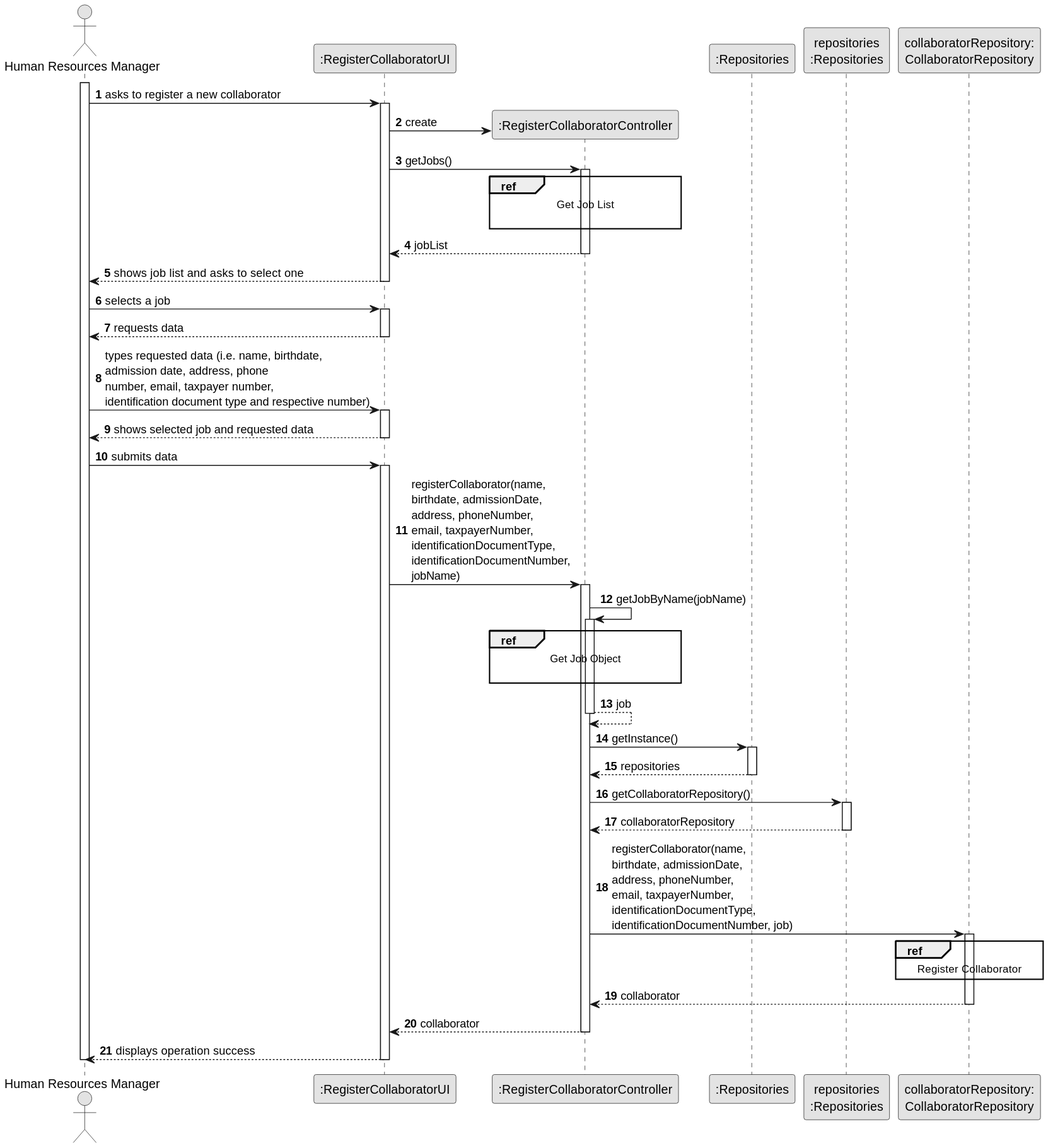
Earlier version of the PlantUML export docs/sprintB/us003/03.design/svg/us003-sequence-diagram-split.svg (Departamento-de-Engenharia-Informatica/lei-24-s2-1dm-g132).
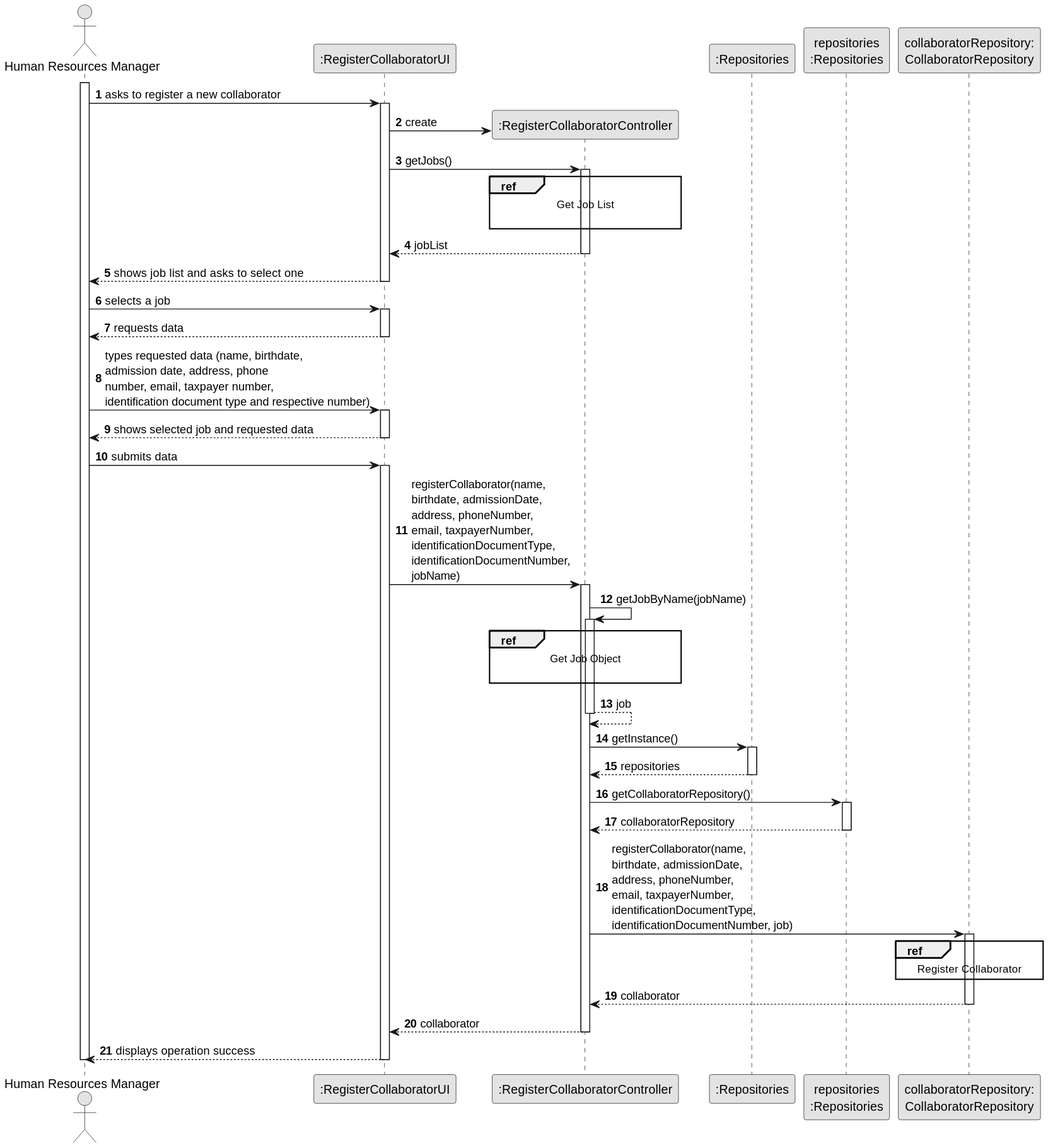
The same file after the commit.

Commit message:
US003 sequence diagrams minor update

The edit, as a diff of the source:
```diff
@@ -40,7 +40,7 @@
         UI --> HRM : requests data
     deactivate UI
 
-    HRM -> UI : types requested data (i.e. name, birthdate,\nadmission date, address, phone\nnumber, email, taxpayer number,\nidentification document type and respective number)
+    HRM -> UI : types requested data (name, birthdate,\nadmission date, address, phone\nnumber, email, taxpayer number,\nidentification document type and respective number)
     activate UI
 
         UI --> HRM : shows selected job and requested data
```
